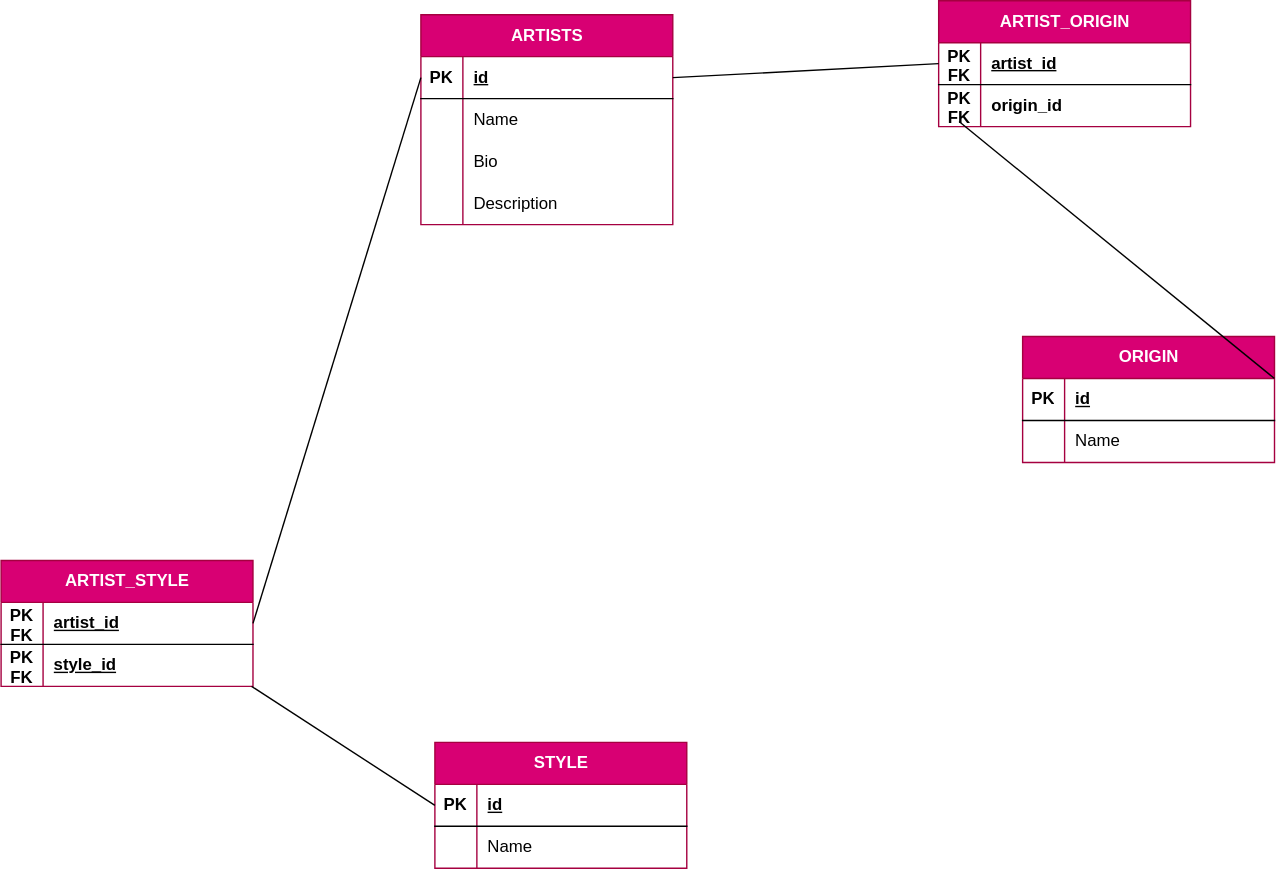
Above: code/merise /MLD.drawio.svg in Domitch/souk-sonore-festival (draw.io), before the change. Source tidied: cells renumbered, new cells last; positions are measured from the earlier drawing's top-left corner, leaving out a move shared by most shapes.
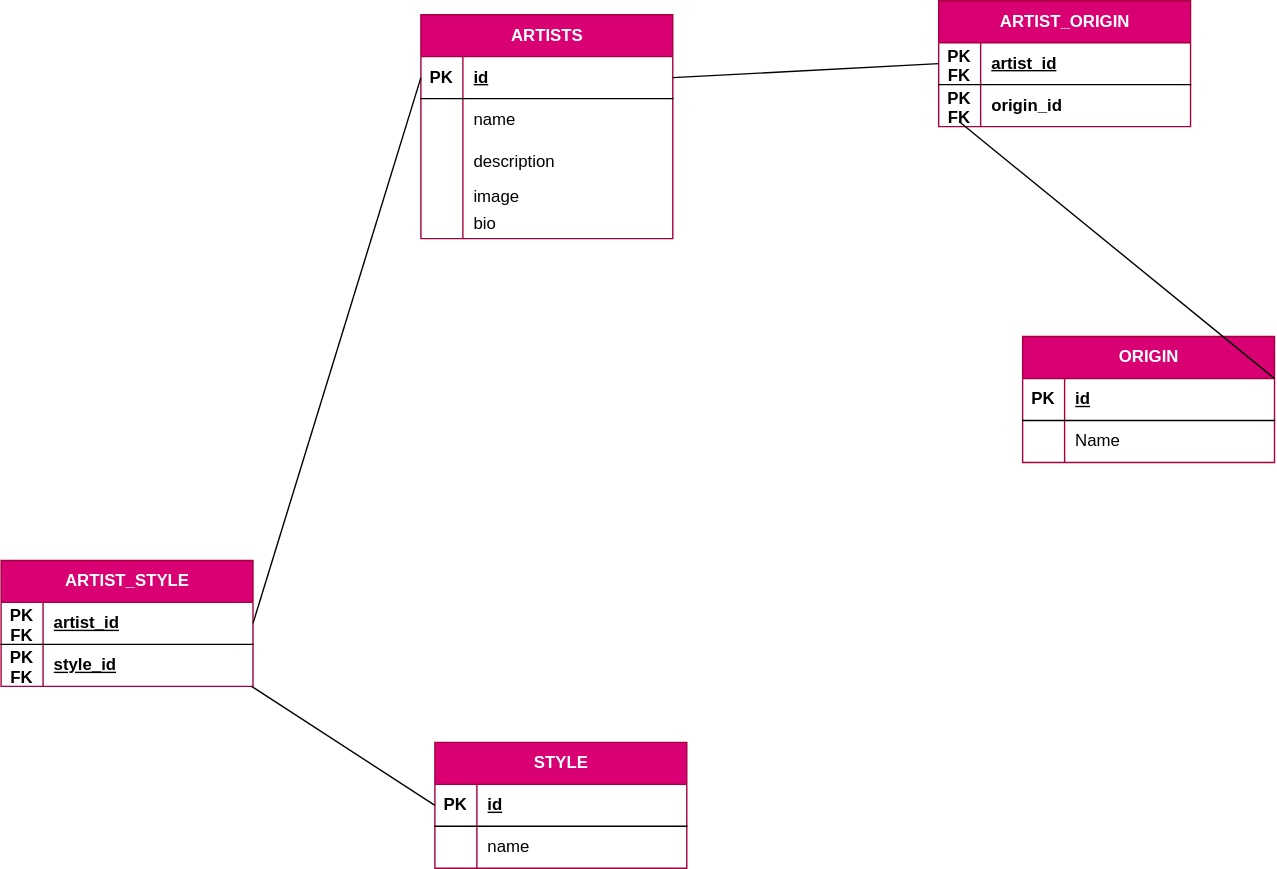
After the commit.

Diff of the diagram source:
```diff
@@ -3,7 +3,7 @@
     <mxCell id="0" />
     <mxCell id="1" parent="0" />
     <mxCell id="2" value="ARTISTS" style="shape=table;startSize=30;rowLines=0;fontStyle=1;align=center;html=1;fillColor=#d80073;strokeColor=#A50040;fontColor=#ffffff;" parent="1" vertex="1">
-      <mxGeometry x="300" y="10" width="180" height="150" as="geometry" />
+      <mxGeometry x="300" y="10" width="180" height="160" as="geometry" />
     </mxCell>
     <mxCell id="3" style="shape=tableRow;horizontal=0;startSize=0;swimlaneHead=0;swimlaneBody=0;fillColor=none;points=[[0,0.5],[1,0.5]];portConstraint=eastwest;top=0;left=0;right=0;bottom=1;" parent="2" vertex="1">
       <mxGeometry y="30" width="180" height="30" as="geometry" />
@@ -20,27 +20,36 @@
     <mxCell id="7" style="shape=partialRectangle;fillColor=none;top=0;left=0;bottom=0;right=0;overflow=hidden;whiteSpace=wrap;html=1;" parent="6" vertex="1">
       <mxGeometry width="30" height="30" as="geometry" />
     </mxCell>
-    <mxCell id="8" value="Name" style="shape=partialRectangle;fillColor=none;top=0;left=0;bottom=0;right=0;align=left;spacingLeft=6;overflow=hidden;whiteSpace=wrap;html=1;" parent="6" vertex="1">
+    <mxCell id="8" value="name" style="shape=partialRectangle;fillColor=none;top=0;left=0;bottom=0;right=0;align=left;spacingLeft=6;overflow=hidden;whiteSpace=wrap;html=1;" parent="6" vertex="1">
       <mxGeometry x="30" width="150" height="30" as="geometry" />
     </mxCell>
-    <mxCell id="9" style="shape=tableRow;horizontal=0;startSize=0;swimlaneHead=0;swimlaneBody=0;fillColor=none;top=0;left=0;right=0;bottom=0;" parent="2" vertex="1">
-      <mxGeometry y="90" width="180" height="30" as="geometry" />
-    </mxCell>
-    <mxCell id="10" style="shape=partialRectangle;fillColor=none;top=0;left=0;bottom=0;right=0;overflow=hidden;whiteSpace=wrap;html=1;" parent="9" vertex="1">
-      <mxGeometry width="30" height="30" as="geometry" />
-    </mxCell>
-    <mxCell id="11" value="Bio" style="shape=partialRectangle;fillColor=none;top=0;left=0;bottom=0;right=0;align=left;spacingLeft=6;overflow=hidden;whiteSpace=wrap;html=1;" parent="9" vertex="1">
-      <mxGeometry x="30" width="150" height="30" as="geometry" />
-    </mxCell>
     <mxCell id="12" style="shape=tableRow;horizontal=0;startSize=0;swimlaneHead=0;swimlaneBody=0;fillColor=none;top=0;left=0;right=0;bottom=0;" parent="2" vertex="1">
-      <mxGeometry y="120" width="180" height="30" as="geometry" />
+      <mxGeometry y="90" width="180" height="30" as="geometry" />
     </mxCell>
     <mxCell id="13" style="shape=partialRectangle;fillColor=none;top=0;left=0;bottom=0;right=0;overflow=hidden;whiteSpace=wrap;html=1;" parent="12" vertex="1">
       <mxGeometry width="30" height="30" as="geometry" />
     </mxCell>
-    <mxCell id="14" value="Description" style="shape=partialRectangle;fillColor=none;top=0;left=0;bottom=0;right=0;align=left;spacingLeft=6;overflow=hidden;whiteSpace=wrap;html=1;" parent="12" vertex="1">
+    <mxCell id="14" value="description" style="shape=partialRectangle;fillColor=none;top=0;left=0;bottom=0;right=0;align=left;spacingLeft=6;overflow=hidden;whiteSpace=wrap;html=1;" parent="12" vertex="1">
       <mxGeometry x="30" width="150" height="30" as="geometry" />
     </mxCell>
+    <mxCell id="49" style="shape=tableRow;horizontal=0;startSize=0;swimlaneHead=0;swimlaneBody=0;fillColor=none;top=0;left=0;right=0;bottom=0;" parent="2" vertex="1">
+      <mxGeometry y="120" width="180" height="20" as="geometry" />
+    </mxCell>
+    <mxCell id="50" style="shape=partialRectangle;fillColor=none;top=0;left=0;bottom=0;right=0;overflow=hidden;whiteSpace=wrap;html=1;" parent="49" vertex="1">
+      <mxGeometry width="30" height="20" as="geometry" />
+    </mxCell>
+    <mxCell id="51" value="image" style="shape=partialRectangle;fillColor=none;top=0;left=0;bottom=0;right=0;align=left;spacingLeft=6;overflow=hidden;whiteSpace=wrap;html=1;" parent="49" vertex="1">
+      <mxGeometry x="30" width="150" height="20" as="geometry" />
+    </mxCell>
+    <mxCell id="52" style="shape=tableRow;horizontal=0;startSize=0;swimlaneHead=0;swimlaneBody=0;fillColor=none;top=0;left=0;right=0;bottom=0;" parent="2" vertex="1">
+      <mxGeometry y="140" width="180" height="20" as="geometry" />
+    </mxCell>
+    <mxCell id="53" style="shape=partialRectangle;fillColor=none;top=0;left=0;bottom=0;right=0;overflow=hidden;whiteSpace=wrap;html=1;" parent="52" vertex="1">
+      <mxGeometry width="30" height="20" as="geometry" />
+    </mxCell>
+    <mxCell id="54" value="&lt;span style=&quot;color: rgb(0, 0, 0);&quot;&gt;bio&lt;/span&gt;" style="shape=partialRectangle;fillColor=none;top=0;left=0;bottom=0;right=0;align=left;spacingLeft=6;overflow=hidden;whiteSpace=wrap;html=1;" parent="52" vertex="1">
+      <mxGeometry x="30" width="150" height="20" as="geometry" />
+    </mxCell>
     <mxCell id="15" value="STYLE" style="shape=table;startSize=30;rowLines=0;fontStyle=1;align=center;html=1;fillColor=#d80073;strokeColor=#A50040;fontColor=#ffffff;" parent="1" vertex="1">
       <mxGeometry x="310" y="530" width="180" height="90" as="geometry" />
     </mxCell>
@@ -59,7 +68,7 @@
     <mxCell id="20" style="shape=partialRectangle;fillColor=none;top=0;left=0;bottom=0;right=0;overflow=hidden;whiteSpace=wrap;html=1;" parent="19" vertex="1">
       <mxGeometry width="30" height="30" as="geometry" />
     </mxCell>
-    <mxCell id="21" value="Name" style="shape=partialRectangle;fillColor=none;top=0;left=0;bottom=0;right=0;align=left;spacingLeft=6;overflow=hidden;whiteSpace=wrap;html=1;" parent="19" vertex="1">
+    <mxCell id="21" value="name" style="shape=partialRectangle;fillColor=none;top=0;left=0;bottom=0;right=0;align=left;spacingLeft=6;overflow=hidden;whiteSpace=wrap;html=1;" parent="19" vertex="1">
       <mxGeometry x="30" width="150" height="30" as="geometry" />
     </mxCell>
     <mxCell id="22" value="ORIGIN" style="shape=table;startSize=30;rowLines=0;fontStyle=1;align=center;html=1;fillColor=#d80073;strokeColor=#A50040;fontColor=#ffffff;" parent="1" vertex="1">
```
